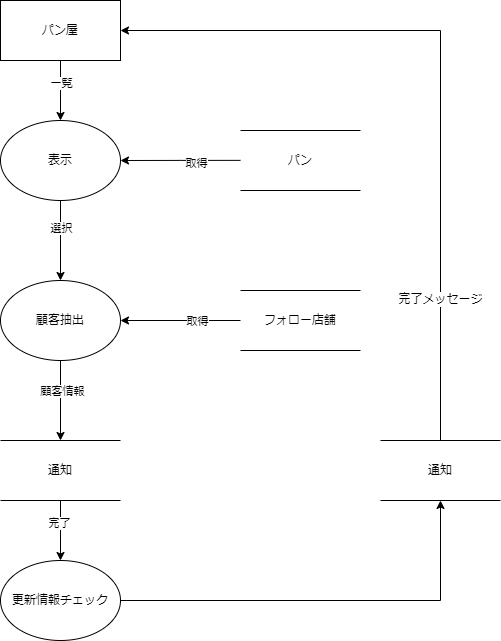
Above: DFD/通知送信.drawio.png in Pyama1013/Sotsu.Gamen (draw.io), before the change. Source tidied: cells renumbered, new cells last; positions are measured from the earlier drawing's top-left corner, leaving out a move shared by most shapes.
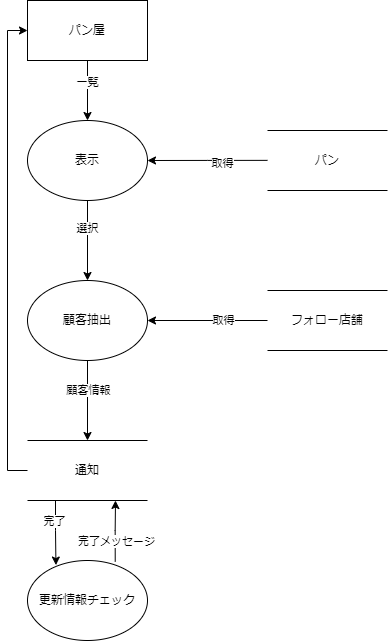
Above is the later version.

Diff of the diagram source:
```diff
@@ -43,18 +43,39 @@
     <mxCell id="14" value="取得" style="edgeLabel;html=1;align=center;verticalAlign=middle;" parent="13" vertex="1">
       <mxGeometry x="-0.26" relative="1" as="geometry" />
     </mxCell>
+    <mxCell id="18" value="更新情報チェック" style="ellipse;whiteSpace=wrap;html=1;" parent="1" vertex="1">
+      <mxGeometry y="560" width="120" height="80" as="geometry" />
+    </mxCell>
-    <mxCell id="15" style="edgeStyle=orthogonalEdgeStyle;rounded=0;jettySize=auto;html=1;exitX=0.5;exitY=1;exitDx=0;exitDy=0;entryX=0.5;entryY=0;entryDx=0;entryDy=0;" parent="1" edge="1" source="19" target="18">
-      <mxGeometry relative="1" as="geometry" />
+    <mxCell id="15" style="edgeStyle=orthogonalEdgeStyle;rounded=0;jettySize=auto;html=1;exitX=0.25;exitY=1;exitDx=0;exitDy=0;entryX=0.237;entryY=0.057;entryDx=0;entryDy=0;entryPerimeter=0;" parent="1" edge="1" source="19" target="18">
+      <mxGeometry relative="1" as="geometry">
+        <Array as="points">
+          <mxPoint x="28" y="500" />
+          <mxPoint x="28" y="530" />
+        </Array>
+      </mxGeometry>
     </mxCell>
     <mxCell id="16" value="完了" style="edgeLabel;html=1;align=center;verticalAlign=middle;" parent="15" vertex="1">
-      <mxGeometry x="-0.28" y="-2" relative="1" as="geometry" />
+      <mxGeometry x="-0.68" y="-1" relative="1" as="geometry">
+        <mxPoint y="12" as="offset" />
+      </mxGeometry>
     </mxCell>
-    <mxCell id="17" style="edgeStyle=orthogonalEdgeStyle;rounded=0;jettySize=auto;html=1;exitX=1;exitY=0.5;exitDx=0;exitDy=0;entryX=0.5;entryY=1;entryDx=0;entryDy=0;fontSize=12;" parent="1" edge="1" source="18" target="24">
-      <mxGeometry relative="1" as="geometry" />
-    </mxCell>
-    <mxCell id="18" value="更新情報チェック" style="ellipse;whiteSpace=wrap;html=1;" parent="1" vertex="1">
-      <mxGeometry y="560" width="120" height="80" as="geometry" />
-    </mxCell>
+    <mxCell id="25" style="edgeStyle=orthogonalEdgeStyle;rounded=0;jettySize=auto;html=1;exitX=0.731;exitY=0.014;exitDx=0;exitDy=0;exitPerimeter=0;" parent="1" edge="1" source="18">
+      <mxGeometry relative="1" as="geometry">
+        <mxPoint x="88" y="500" as="targetPoint" />
+        <Array as="points">
+          <mxPoint x="88" y="530" />
+          <mxPoint x="88" y="500" />
+        </Array>
+      </mxGeometry>
+    </mxCell>
+    <mxCell id="23" value="完了メッセージ" style="edgeLabel;html=1;align=center;verticalAlign=middle;" parent="25" vertex="1">
+      <mxGeometry x="-0.06" y="-1" relative="1" as="geometry">
+        <mxPoint y="9" as="offset" />
+      </mxGeometry>
+    </mxCell>
+    <mxCell id="26" style="edgeStyle=orthogonalEdgeStyle;rounded=0;jettySize=auto;html=1;exitX=0;exitY=0.5;exitDx=0;exitDy=0;entryX=0;entryY=0.5;entryDx=0;entryDy=0;" parent="1" edge="1" source="19" target="4">
+      <mxGeometry relative="1" as="geometry" />
+    </mxCell>
     <mxCell id="19" value="通知" style="shape=partialRectangle;whiteSpace=wrap;html=1;left=0;right=0;fillColor=none;" parent="1" vertex="1">
       <mxGeometry y="440" width="120" height="60" as="geometry" />
     </mxCell>
@@ -64,14 +85,5 @@
     <mxCell id="21" value="パン" style="shape=partialRectangle;whiteSpace=wrap;html=1;left=0;right=0;fillColor=none;" parent="1" vertex="1">
       <mxGeometry x="240" y="130" width="120" height="60" as="geometry" />
     </mxCell>
-    <mxCell id="22" style="edgeStyle=orthogonalEdgeStyle;rounded=0;jettySize=auto;html=1;exitX=0.5;exitY=0;exitDx=0;exitDy=0;entryX=1;entryY=0.5;entryDx=0;entryDy=0;fontSize=12;" parent="1" edge="1" source="24" target="4">
-      <mxGeometry relative="1" as="geometry" />
-    </mxCell>
-    <mxCell id="23" value="完了メッセージ" style="edgeLabel;html=1;align=center;verticalAlign=middle;fontSize=12;" parent="22" vertex="1">
-      <mxGeometry x="-0.61" y="1" relative="1" as="geometry" />
-    </mxCell>
-    <mxCell id="24" value="通知" style="shape=partialRectangle;whiteSpace=wrap;html=1;left=0;right=0;fillColor=none;fontSize=12;" parent="1" vertex="1">
-      <mxGeometry x="380" y="440" width="120" height="60" as="geometry" />
-    </mxCell>
   </root>
 </mxGraphModel>
```
